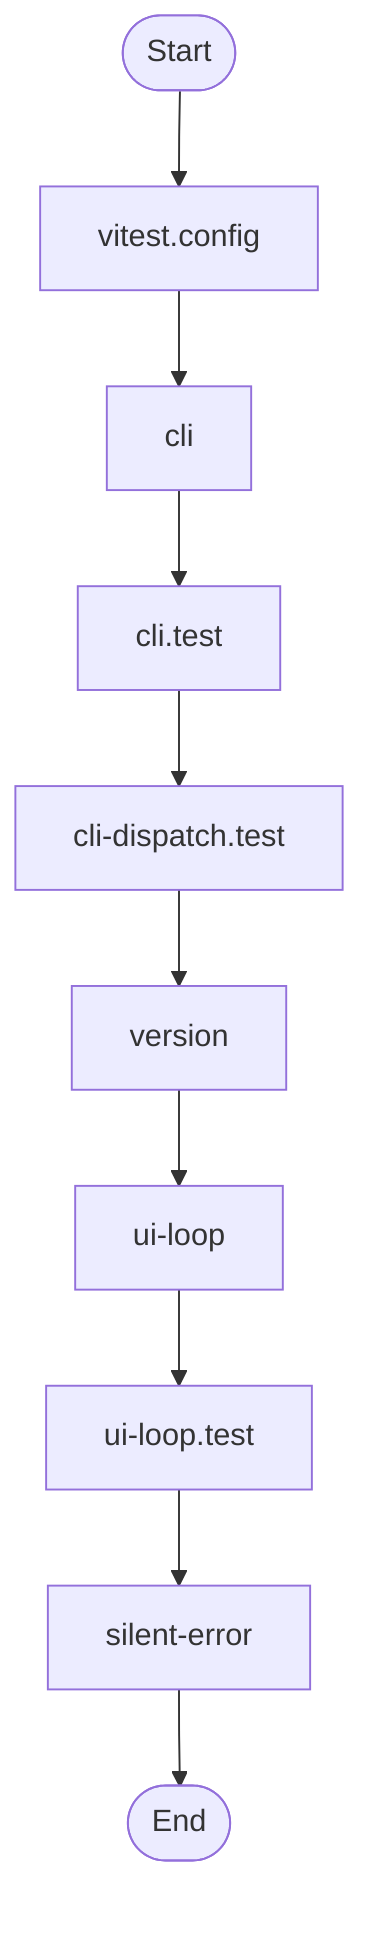
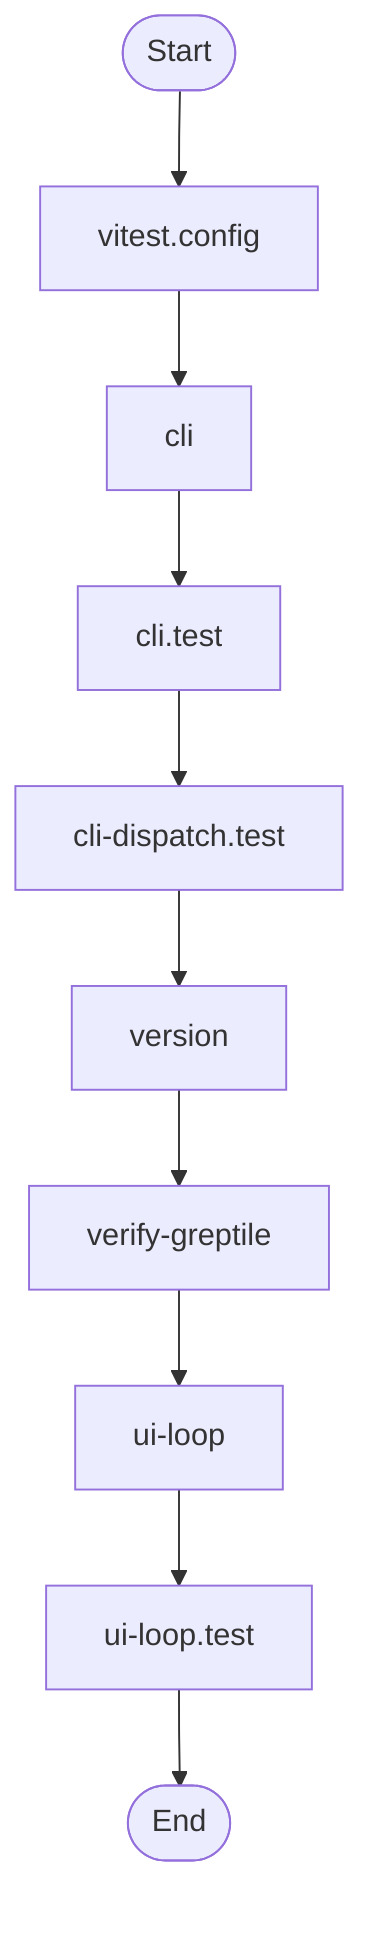
flowchart TD
  Start(["Start"])
  vitest_config_a9f1245e["vitest.config"]
  Start --> vitest_config_a9f1245e
  cli_99bb8840["cli"]
  vitest_config_a9f1245e --> cli_99bb8840
  cli_test_4851f28b["cli.test"]
  cli_99bb8840 --> cli_test_4851f28b
  cli_dispatch_test_54c9f17b["cli-dispatch.test"]
  cli_test_4851f28b --> cli_dispatch_test_54c9f17b
  version_5ca4f385["version"]
  cli_dispatch_test_54c9f17b --> version_5ca4f385
+   verify_greptile_227190f7["verify-greptile"]
+   version_5ca4f385 --> verify_greptile_227190f7
  ui_loop_11660889["ui-loop"]
-   version_5ca4f385 --> ui_loop_11660889
+   verify_greptile_227190f7 --> ui_loop_11660889
  ui_loop_test_f0eabc42["ui-loop.test"]
  ui_loop_11660889 --> ui_loop_test_f0eabc42
-   silent_error_64e8c933["silent-error"]
-   ui_loop_test_f0eabc42 --> silent_error_64e8c933
  End(["End"])
-   silent_error_64e8c933 --> End+   ui_loop_test_f0eabc42 --> End